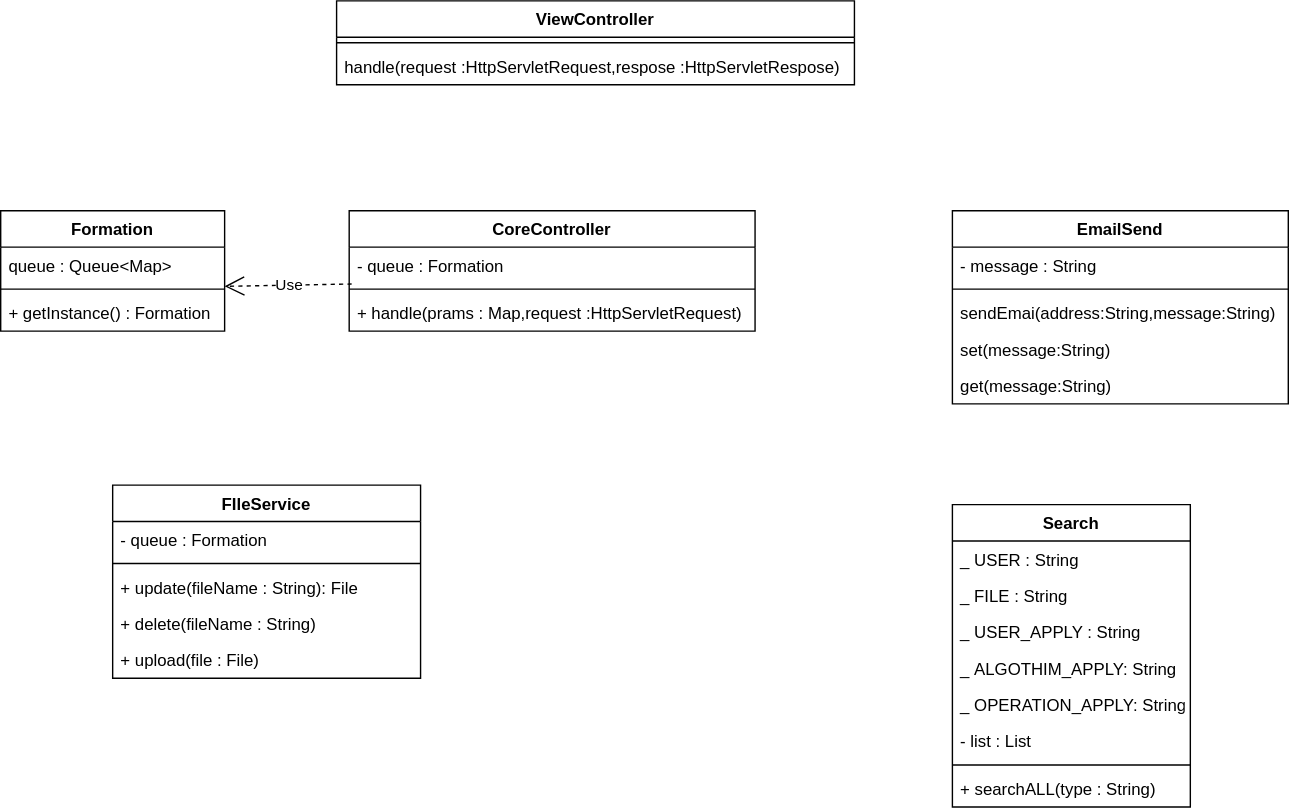
The draw.io diagram class.svg in JDsen99/UML, before a commit. Source tidied: cells renumbered, new cells last; positions are measured from the earlier drawing's top-left corner, leaving out a move shared by most shapes.
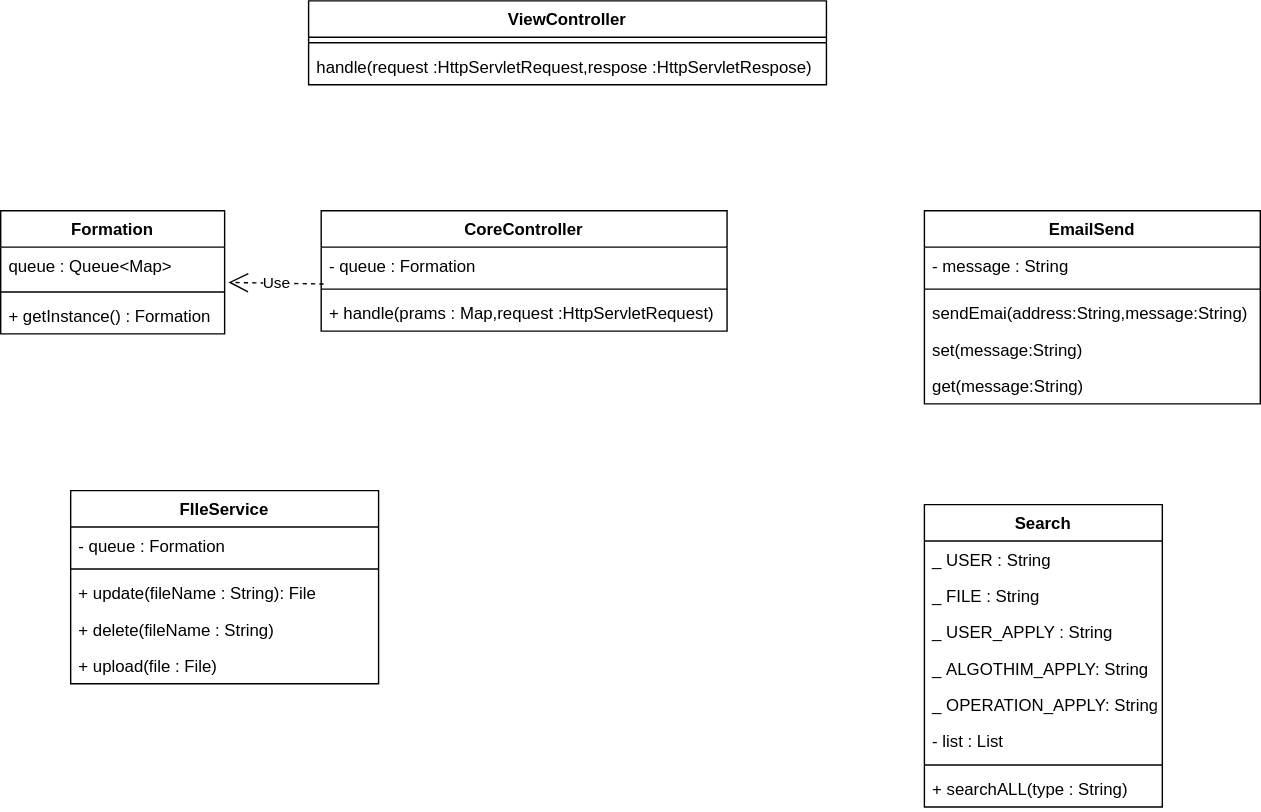
After the change.

Diff of the diagram source:
```diff
@@ -24,21 +24,19 @@
       <mxGeometry y="60" width="290" height="26" as="geometry" />
     </mxCell>
     <mxCell id="9" value="Formation" style="swimlane;fontStyle=1;align=center;verticalAlign=top;horizontal=1;startSize=26;" parent="1" vertex="1">
-      <mxGeometry y="150" width="160" height="86" as="geometry" />
+      <mxGeometry x="20" y="150" width="160" height="88" as="geometry" />
     </mxCell>
     <mxCell id="10" value="queue : Queue&lt;Map&gt;" style="text;strokeColor=none;fillColor=none;align=left;verticalAlign=top;spacingLeft=4;spacingRight=4;overflow=hidden;points=[[0,0.5],[1,0.5]];portConstraint=eastwest;" parent="9" vertex="1">
-      <mxGeometry y="26" width="160" height="26" as="geometry" />
+      <mxGeometry y="26" width="160" height="28" as="geometry" />
     </mxCell>
     <mxCell id="11" style="line;strokeWidth=1;fillColor=none;align=left;verticalAlign=middle;spacingTop=-1;spacingLeft=3;spacingRight=3;labelPosition=right;" parent="9" vertex="1">
-      <mxGeometry y="52" width="160" height="8" as="geometry" />
+      <mxGeometry y="54" width="160" height="8" as="geometry" />
     </mxCell>
     <mxCell id="12" value="+ getInstance() : Formation" style="text;strokeColor=none;fillColor=none;align=left;verticalAlign=top;spacingLeft=4;spacingRight=4;overflow=hidden;" parent="9" vertex="1">
-      <mxGeometry y="60" width="160" height="26" as="geometry" />
+      <mxGeometry y="62" width="160" height="26" as="geometry" />
     </mxCell>
-    <mxCell id="13" value="Use" style="endArrow=open;endSize=12;dashed=1;html=1;exitX=0.006;exitY=1.013;exitDx=0;exitDy=0;exitPerimeter=0;" parent="1" edge="1" source="6">
-      <mxGeometry relative="1" as="geometry">
-        <mxPoint x="160" y="204" as="targetPoint" />
-      </mxGeometry>
+    <mxCell id="13" value="Use" style="endArrow=open;endSize=12;dashed=1;html=1;exitX=0.006;exitY=1.013;exitDx=0;exitDy=0;exitPerimeter=0;entryX=1.017;entryY=0.9;entryDx=0;entryDy=0;entryPerimeter=0;" parent="1" edge="1" source="6" target="10">
+      <mxGeometry relative="1" as="geometry" />
     </mxCell>
     <mxCell id="14" value="EmailSend" style="swimlane;fontStyle=1;align=center;verticalAlign=top;horizontal=1;startSize=26;" parent="1" vertex="1">
       <mxGeometry x="680" y="150" width="240" height="138" as="geometry" />
@@ -86,7 +84,7 @@
       <mxGeometry y="190" width="170" height="26" as="geometry" />
     </mxCell>
     <mxCell id="29" value="FIleService" style="swimlane;fontStyle=1;align=center;verticalAlign=top;horizontal=1;startSize=26;rounded=0;shadow=0;glass=0;sketch=0;" parent="1" vertex="1">
-      <mxGeometry x="80" y="346" width="220" height="138" as="geometry" />
+      <mxGeometry x="70" y="350" width="220" height="138" as="geometry" />
     </mxCell>
     <mxCell id="30" value="- queue : Formation" style="text;strokeColor=none;fillColor=none;align=left;verticalAlign=top;spacingLeft=4;spacingRight=4;overflow=hidden;rounded=0;shadow=0;glass=0;sketch=0;" parent="29" vertex="1">
       <mxGeometry y="26" width="220" height="26" as="geometry" />
```
